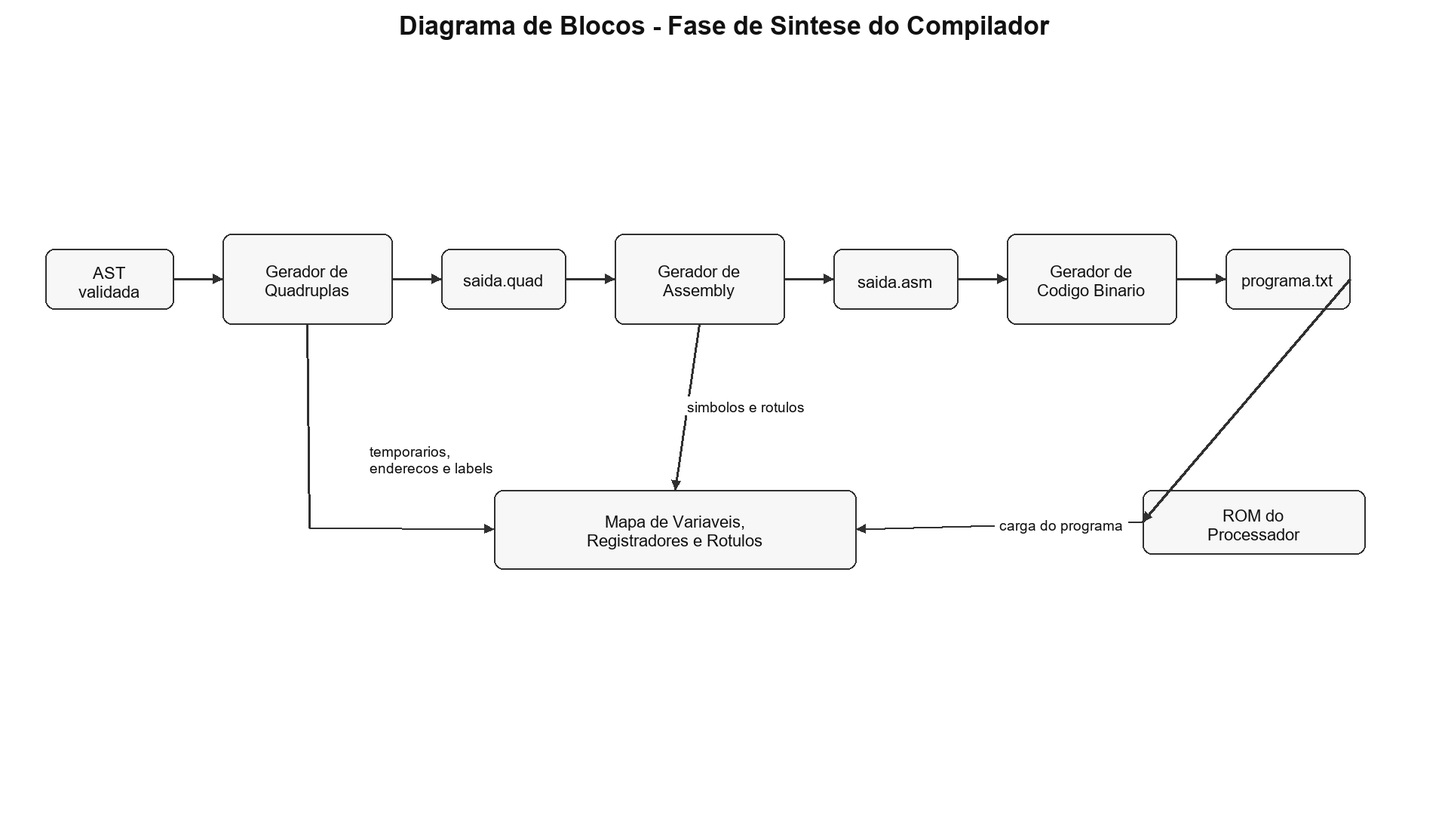
Earlier version of the PlantUML export diagramas/png_16x9/05_sintese_blocos.png (FelipeSilvestre04/Compiladores). Its source is kept beside it as diagramas/puml/05_sintese_blocos.puml.
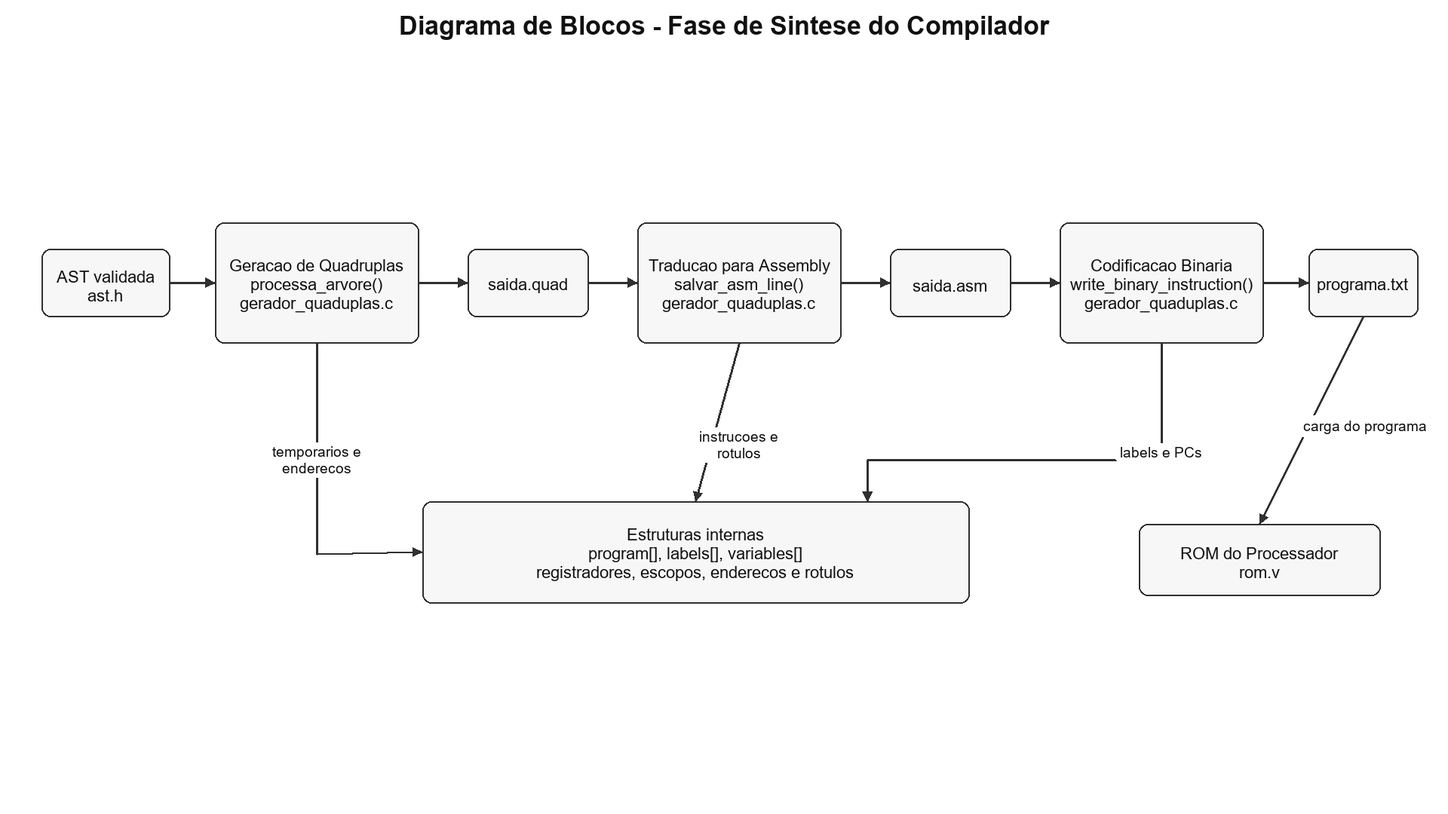
Later version of the same file.

What changed in the source:
```diff
@@ -17,15 +17,15 @@
   BackgroundColor #FFFFFF
 }
 
-rectangle "AST validada" as AST
-component "Gerador de\nQuadruplas" as QUADGEN
-database "Mapa de Variaveis,\nRegistradores e Rotulos" as MAPS
+rectangle "AST validada\nast.h" as AST
+component "Geracao de Quadruplas\nprocessa_arvore()\ngerador_quaduplas.c" as QUADGEN
+database "Estruturas Internas\nprogram[], labels[], variables[]\ngerador_quaduplas.c" as MAPS
 artifact "saida.quad" as QUAD
-component "Gerador de\nAssembly" as ASMGEN
+component "Traducao para Assembly\nsalvar_asm_line()\ngerador_quaduplas.c" as ASMGEN
 artifact "saida.asm" as ASM
-component "Gerador de\nCodigo Binario" as BINGEN
+component "Codificacao Binaria\nwrite_binary_instruction()\ngerador_quaduplas.c" as BINGEN
 artifact "programa.txt" as BIN
-rectangle "ROM do Processador" as ROM
+rectangle "ROM do Processador\nrom.v" as ROM
 
 AST --> QUADGEN : percurso da arvore
 QUADGEN --> QUAD : codigo intermediario
@@ -35,7 +35,8 @@
 BINGEN --> BIN : palavras de 32 bits
 BIN --> ROM : carga do programa
 
-QUADGEN <--> MAPS : temporarios,\nenderecos e labels
-ASMGEN <--> MAPS : simbolos e rotulos
+QUADGEN <--> MAPS : temporarios,\nenderecos e escopos
+ASMGEN <--> MAPS : rotulos e instrucoes
+BINGEN <--> MAPS : labels e PCs
 
 @enduml
```
